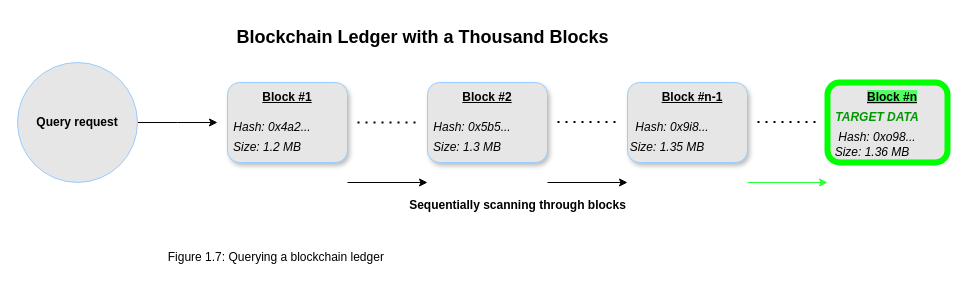
Above: BlockChainLedgerQuery.drawio in SifisoMzansi/architecture-diagrams (draw.io), before the change. Source tidied: cells renumbered, new cells numbered last; positions are measured from the earlier drawing's top-left corner, leaving out a move shared by most shapes. Both pictures are drawn from the tidied source at 100%, with x=0, y=0 at pixel (17, 17).
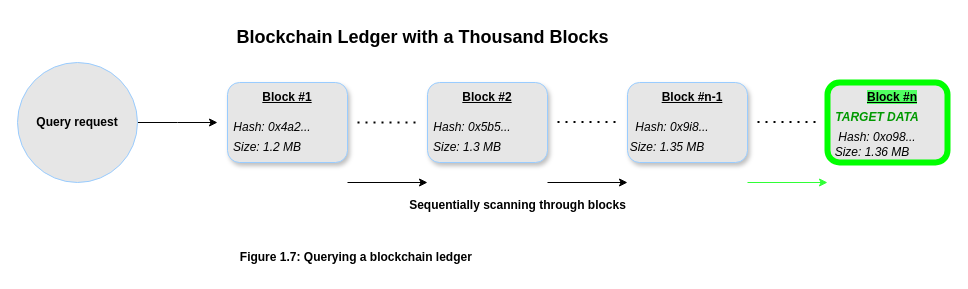
The same diagram, later.

Diff of the diagram source:
```diff
@@
-    <mxCell id="29" value="Figure 1.7: Querying a blockchain ledger&amp;nbsp;" style="text;html=1;align=center;verticalAlign=middle;strokeColor=none;fillColor=none;" parent="1" vertex="1">
-      <mxGeometry x="140" y="225" width="240" height="30" as="geometry" />
+    <mxCell id="29" value="&lt;b&gt;Figure 1.7: Querying a blockchain ledger&amp;nbsp;&lt;/b&gt;" style="text;html=1;align=center;verticalAlign=middle;strokeColor=none;fillColor=none;" parent="1" vertex="1">
+      <mxGeometry x="210" y="225" width="260" height="30" as="geometry" />
     </mxCell>
```
